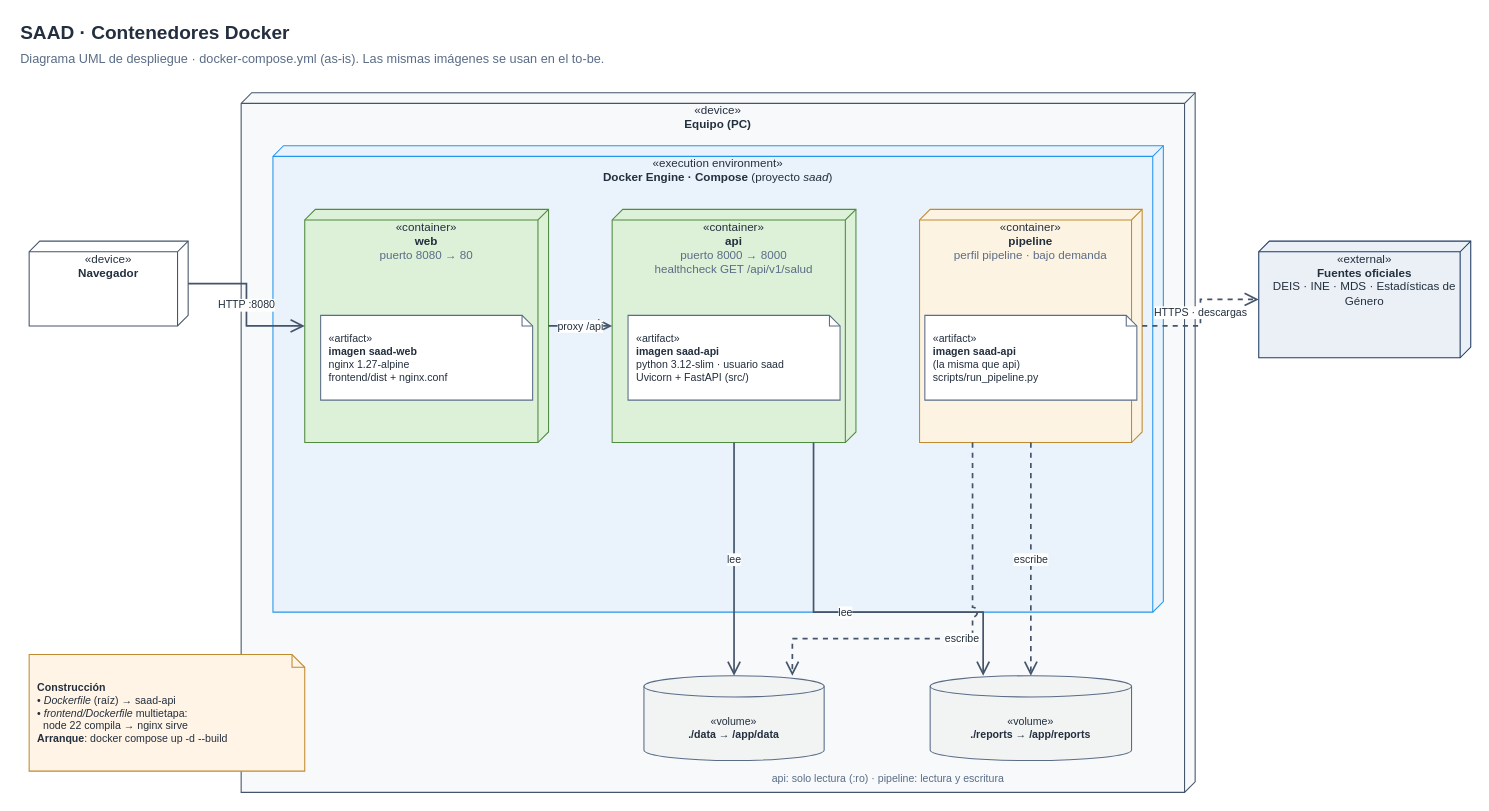
Earlier version of the draw.io diagram docs/07-diagramas/contenedores_docker.drawio (Camila-Aroca/Proyecto-Capstone). Source tidied: cells renumbered, new cells numbered last; positions are measured from the earlier drawing's top-left corner, leaving out a move shared by most shapes. Both pictures are drawn from the tidied source at 106%, with x=0, y=0 at pixel (18, 18).
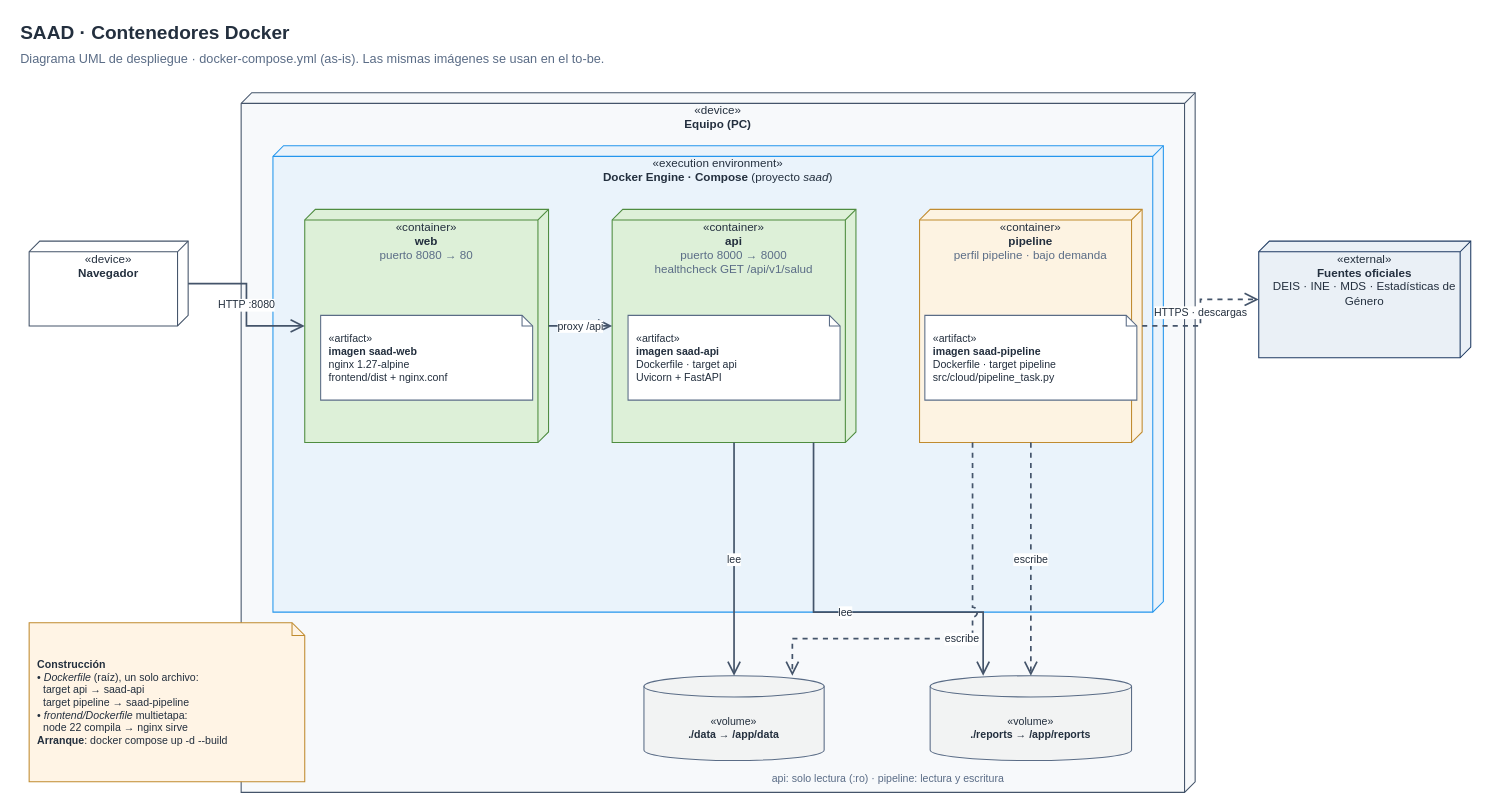
Above is the later version.

Commit message (it also covers changes not shown here):
docs(contenedor): actualiza diagrama de contenedores con la imagen saad-pipeline (#97)

What changed in the source:
```diff
@@
-    <mxCell id="9" value="«artifact»&lt;br&gt;&lt;b&gt;imagen saad-api&lt;/b&gt;&lt;br&gt;python 3.12-slim · usuario saad&lt;br&gt;Uvicorn + FastAPI (src/)" style="shape=note;size=10;whiteSpace=wrap;html=1;fillColor=#FFFFFF;strokeColor=#5A6C86;fontSize=10;fontColor=#232F3E;align=left;spacingLeft=6;" parent="1" vertex="1">
+    <mxCell id="9" value="«artifact»&lt;br&gt;&lt;b&gt;imagen saad-api&lt;/b&gt;&lt;br&gt;Dockerfile · target api&lt;br&gt;Uvicorn + FastAPI" style="shape=note;size=10;whiteSpace=wrap;html=1;fillColor=#FFFFFF;strokeColor=#5A6C86;fontSize=10;fontColor=#232F3E;align=left;spacingLeft=6;" parent="1" vertex="1">
       <mxGeometry x="575" y="280" width="200" height="80" as="geometry" />
     </mxCell>
@@
-    <mxCell id="11" value="«artifact»&lt;br&gt;&lt;b&gt;imagen saad-api&lt;/b&gt;&lt;br&gt;(la misma que api)&lt;br&gt;scripts/run_pipeline.py" style="shape=note;size=10;whiteSpace=wrap;html=1;fillColor=#FFFFFF;strokeColor=#5A6C86;fontSize=10;fontColor=#232F3E;align=left;spacingLeft=6;" parent="1" vertex="1">
+    <mxCell id="11" value="«artifact»&lt;br&gt;&lt;b&gt;imagen saad-pipeline&lt;/b&gt;&lt;br&gt;Dockerfile · target pipeline&lt;br&gt;src/cloud/pipeline_task.py" style="shape=note;size=10;whiteSpace=wrap;html=1;fillColor=#FFFFFF;strokeColor=#5A6C86;fontSize=10;fontColor=#232F3E;align=left;spacingLeft=6;" parent="1" vertex="1">
       <mxGeometry x="855" y="280" width="200" height="80" as="geometry" />
     </mxCell>
@@
-    <mxCell id="16" value="&lt;b&gt;Construcción&lt;/b&gt;&lt;br&gt;• &lt;i&gt;Dockerfile&lt;/i&gt; (raíz) → saad-api&lt;br&gt;• &lt;i&gt;frontend/Dockerfile&lt;/i&gt; multietapa:&lt;br&gt;&amp;nbsp;&amp;nbsp;node 22 compila → nginx sirve&lt;br&gt;&lt;b&gt;Arranque&lt;/b&gt;: docker compose up -d --build" style="shape=note;whiteSpace=wrap;html=1;backgroundOutline=1;size=12;fillColor=#FFF4E5;strokeColor=#C08B2F;fontSize=10;align=left;spacingLeft=6;fontColor=#232F3E;" parent="1" vertex="1">
-      <mxGeometry x="10" y="600" width="260" height="110" as="geometry" />
+    <mxCell id="16" value="&lt;b&gt;Construcción&lt;/b&gt;&lt;br&gt;• &lt;i&gt;Dockerfile&lt;/i&gt; (raíz), un solo archivo:&lt;br&gt;&amp;nbsp;&amp;nbsp;target api → saad-api&lt;br&gt;&amp;nbsp;&amp;nbsp;target pipeline → saad-pipeline&lt;br&gt;• &lt;i&gt;frontend/Dockerfile&lt;/i&gt; multietapa:&lt;br&gt;&amp;nbsp;&amp;nbsp;node 22 compila → nginx sirve&lt;br&gt;&lt;b&gt;Arranque&lt;/b&gt;: docker compose up -d --build" style="shape=note;whiteSpace=wrap;html=1;backgroundOutline=1;size=12;fillColor=#FFF4E5;strokeColor=#C08B2F;fontSize=10;align=left;spacingLeft=6;fontColor=#232F3E;" parent="1" vertex="1">
+      <mxGeometry x="10" y="570" width="260" height="150" as="geometry" />
     </mxCell>
```
